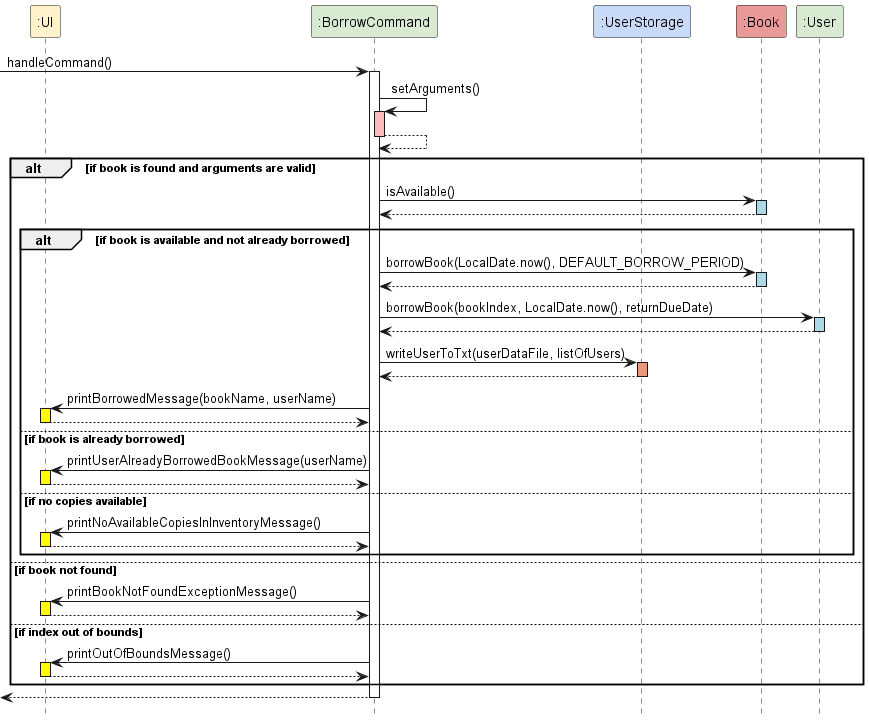
kirangeofran/tp keeps this PlantUML diagram as docs/images/BorrowCommandDiagram.png. Above is the earlier version.
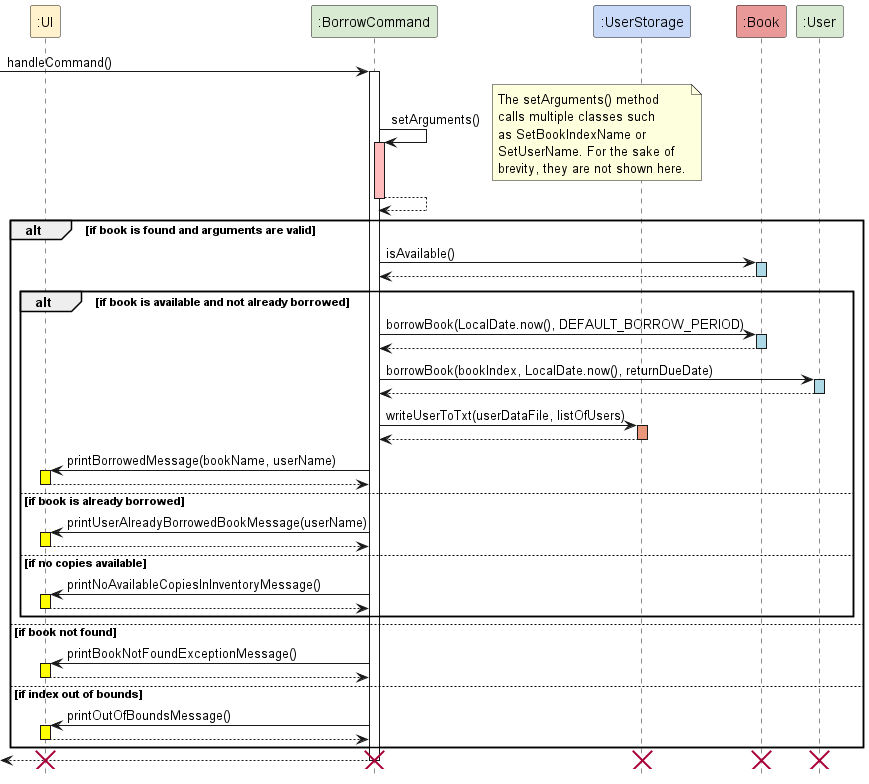
After the commit.

Commit message:
Update diagram for Borrow, Extend, Find, List, Return

The edit, as a diff of the source:
```diff
@@ -17,6 +17,13 @@
 activate borCmd
 
 borCmd -> borCmd : setArguments()
+note right
+    The setArguments() method
+    calls multiple classes such
+    as SetBookIndexName or
+    SetUserName. For the sake of
+    brevity, they are not shown here.
+end note
 activate borCmd #FFBBBB
 borCmd --> borCmd
 deactivate borCmd
@@ -42,7 +49,6 @@
         activate uStorage #DarkSalmon
         uStorage --> borCmd
         deactivate uStorage
-
         borCmd -> Ui : printBorrowedMessage(bookName, userName)
         activate Ui #Yellow
         Ui --> borCmd
@@ -63,14 +69,26 @@
     activate Ui #Yellow
     Ui --> borCmd
     deactivate Ui
+
+
 else if index out of bounds
     borCmd -> Ui : printOutOfBoundsMessage()
     activate Ui #Yellow
     Ui --> borCmd
     deactivate Ui
+
 end
 
+
+
+
 [<-- borCmd
+destroy Ui
+destroy borCmd
+destroy uStorage
+destroy book
+destroy user
+
 deactivate borCmd
 
 @enduml
```
